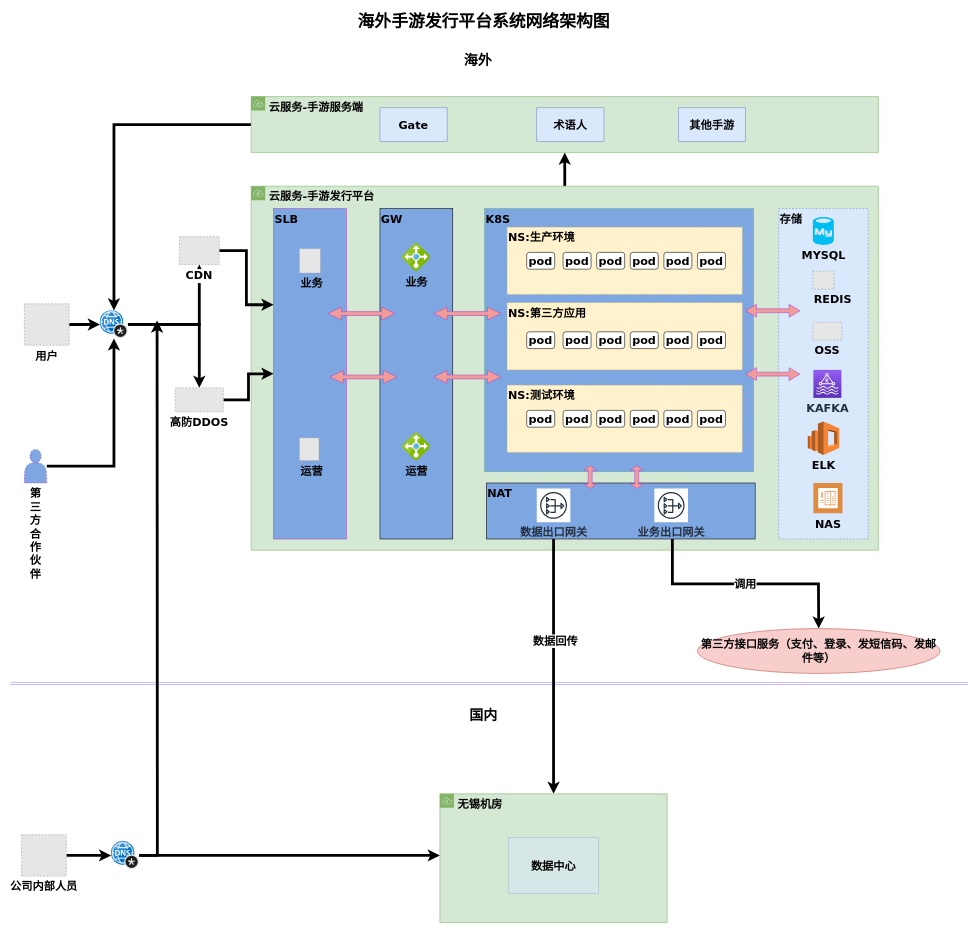
Before: 未命名绘图.drawio in shijianhui/ops_doc, a draw.io diagram. Source tidied: cells renumbered, new cells numbered last; positions are measured from the earlier drawing's top-left corner, leaving out a move shared by most shapes. Both pictures are drawn from the tidied source at 56%, with x=0, y=0 at pixel (10, 10). Pictures stored in the file or linked from it are replaced by grey dashed boxes.
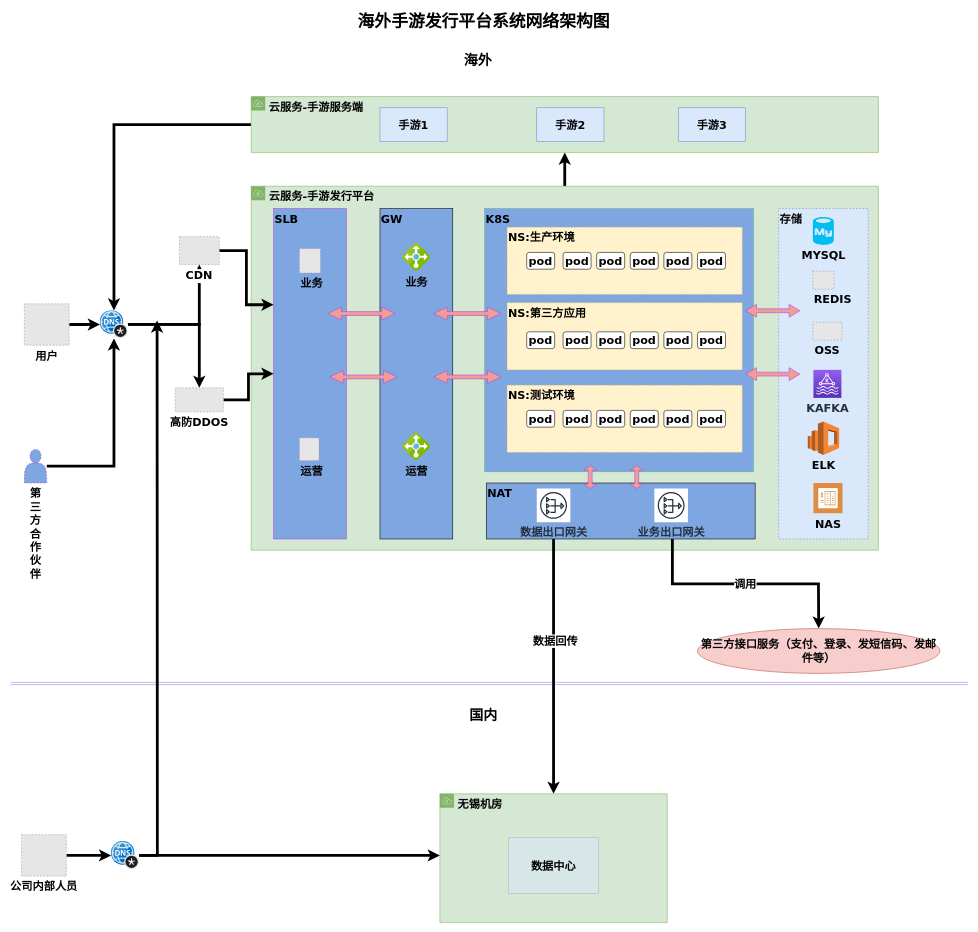
Above is the later version.

Commit message:
Update 未命名绘图.drawio

What changed in the source:
```diff
@@
-    <mxCell id="67" value="Gate" style="rounded=0;whiteSpace=wrap;html=1;glass=0;sketch=0;shadow=0;fillColor=#dae8fc;strokeColor=#6c8ebf;fontStyle=1;fontSize=20;fontFamily=Verdana;" parent="1" vertex="1">
+    <mxCell id="67" value="手游1" style="rounded=0;whiteSpace=wrap;html=1;glass=0;sketch=0;shadow=0;fillColor=#dae8fc;strokeColor=#6c8ebf;fontStyle=1;fontSize=20;fontFamily=Verdana;" parent="1" vertex="1">
       <mxGeometry x="660" y="175" width="120" height="60" as="geometry" />
     </mxCell>
-    <mxCell id="68" value="术语人" style="rounded=0;whiteSpace=wrap;html=1;fillColor=#dae8fc;strokeColor=#6c8ebf;fontStyle=1;fontSize=20;fontFamily=Verdana;" parent="1" vertex="1">
+    <mxCell id="68" value="手游2" style="rounded=0;whiteSpace=wrap;html=1;fillColor=#dae8fc;strokeColor=#6c8ebf;fontStyle=1;fontSize=20;fontFamily=Verdana;" parent="1" vertex="1">
       <mxGeometry x="940" y="175" width="120" height="60" as="geometry" />
     </mxCell>
@@
-    <mxCell id="73" value="其他手游" style="rounded=0;whiteSpace=wrap;html=1;fillColor=#dae8fc;strokeColor=#6c8ebf;fontStyle=1;fontSize=20;fontFamily=Verdana;" parent="1" vertex="1">
+    <mxCell id="73" value="手游3" style="rounded=0;whiteSpace=wrap;html=1;fillColor=#dae8fc;strokeColor=#6c8ebf;fontStyle=1;fontSize=20;fontFamily=Verdana;" parent="1" vertex="1">
       <mxGeometry x="1193" y="175" width="120" height="60" as="geometry" />
     </mxCell>
```
